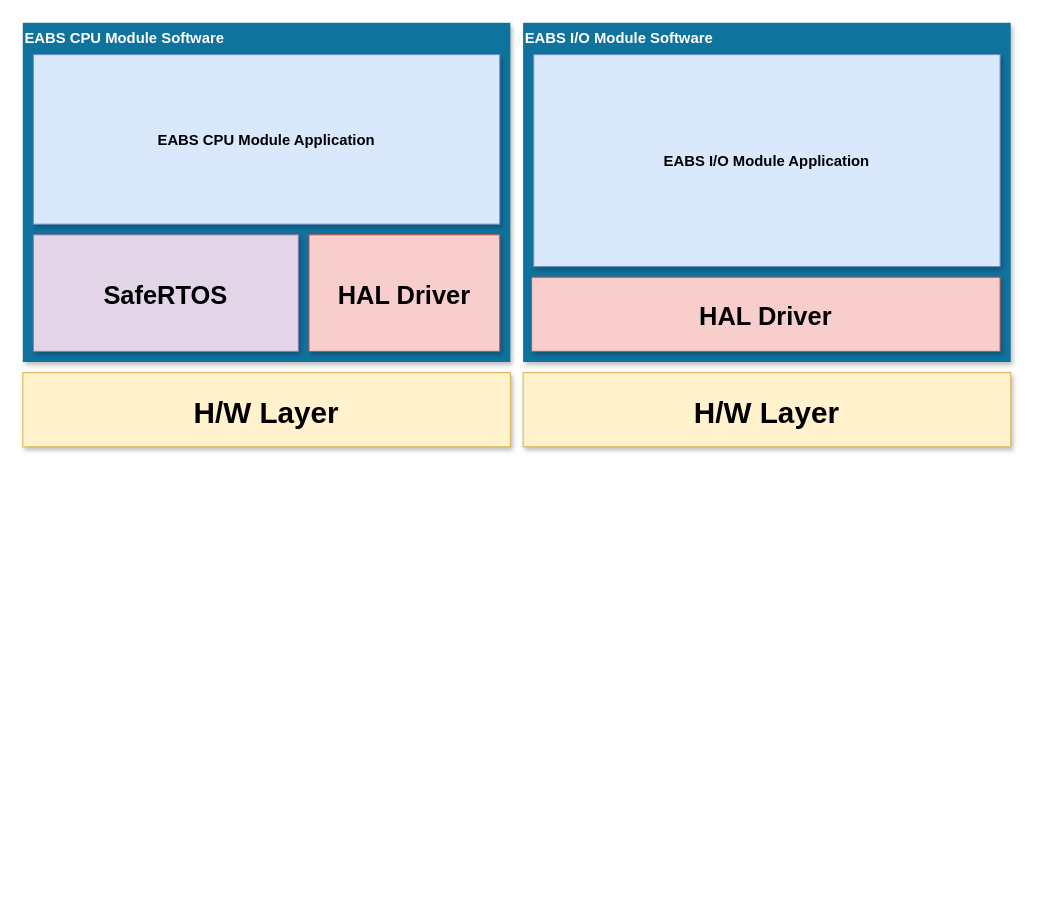
Before: EABS/Document_Pack/ASDD/eabs_asdd_draw_02.drawio in chillin2/MyDraw.io, a draw.io diagram. Source tidied: cells renumbered, new cells numbered last; positions are measured from the earlier drawing's top-left corner, leaving out a move shared by most shapes. Both pictures are drawn from the tidied source at 106%, with x=0, y=0 at pixel (22, 22).
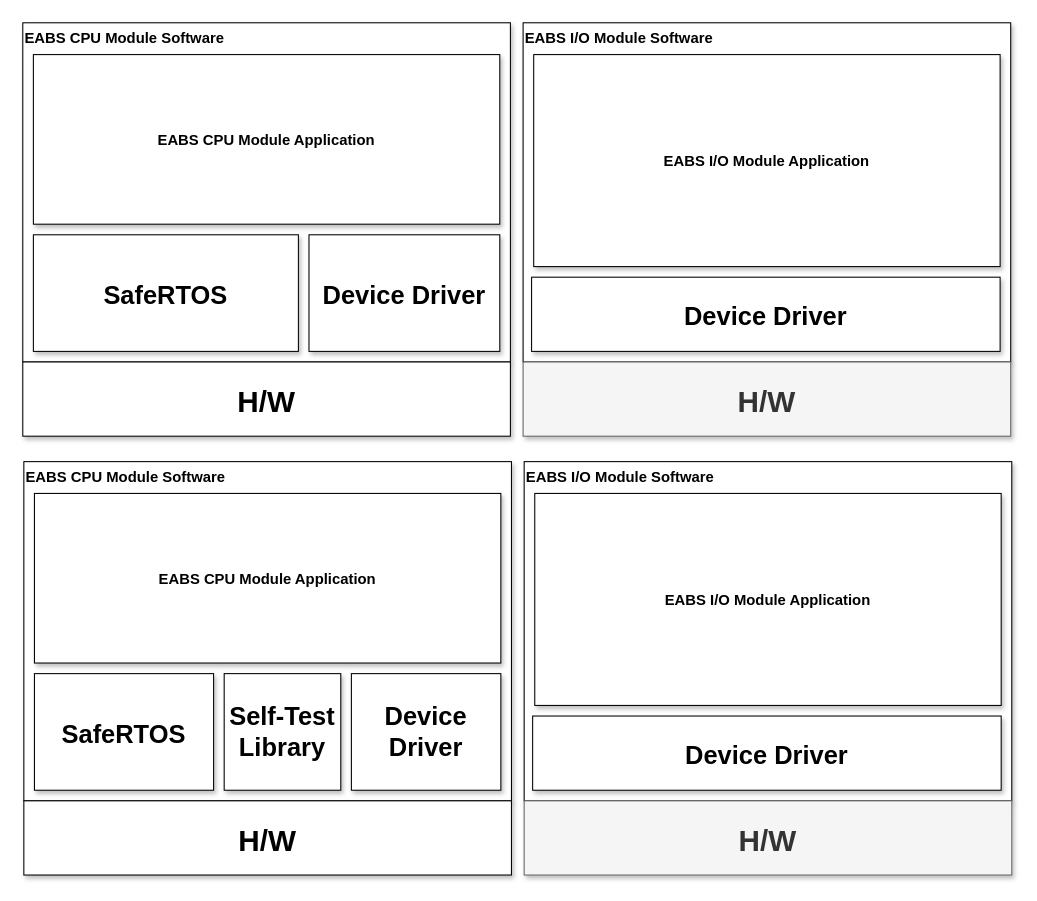
The same diagram, later.

The edit, as a diff of the source:
```diff
@@
-    <mxCell id="2" value="EABS CPU Module Software" style="rounded=0;fillColor=#10739E;strokeColor=none;shadow=1;gradientColor=none;fontStyle=1;fontColor=#FFFFFF;fontSize=14;align=left;verticalAlign=top;" parent="1" vertex="1">
+    <mxCell id="2" value="EABS CPU Module Software" style="rounded=0;shadow=1;fontStyle=1;fontSize=14;align=left;verticalAlign=top;" parent="1" vertex="1">
       <mxGeometry width="460" height="320" as="geometry" />
     </mxCell>
-    <mxCell id="3" value="H/W Layer" style="rounded=0;shadow=1;fontStyle=1;fontSize=28;align=center;verticalAlign=middle;spacing=2;fillColor=#fff2cc;strokeColor=#d6b656;" parent="1" vertex="1">
-      <mxGeometry y="330" width="460" height="70" as="geometry" />
+    <mxCell id="3" value="H/W" style="rounded=0;shadow=1;fontStyle=1;fontSize=28;align=center;verticalAlign=middle;spacing=2;" parent="1" vertex="1">
+      <mxGeometry y="320" width="460" height="70" as="geometry" />
     </mxCell>
-    <mxCell id="4" value="SafeRTOS" style="rounded=0;fillColor=#e1d5e7;strokeColor=#9673a6;shadow=1;fontStyle=1;fontSize=24;align=center;verticalAlign=middle;" parent="1" vertex="1">
+    <mxCell id="4" value="SafeRTOS" style="rounded=0;shadow=1;fontStyle=1;fontSize=24;align=center;verticalAlign=middle;" parent="1" vertex="1">
       <mxGeometry x="10" y="200" width="250" height="110" as="geometry" />
     </mxCell>
-    <mxCell id="5" value="HAL Driver" style="rounded=0;fillColor=#f8cecc;strokeColor=#b85450;shadow=1;fontStyle=1;fontSize=24;align=center;verticalAlign=middle;" parent="1" vertex="1">
+    <mxCell id="5" value="Device Driver" style="rounded=0;shadow=1;fontStyle=1;fontSize=24;align=center;verticalAlign=middle;" parent="1" vertex="1">
       <mxGeometry x="270" y="200" width="180" height="110" as="geometry" />
     </mxCell>
-    <mxCell id="6" value="EABS CPU Module Application" style="rounded=0;fillColor=#dae8fc;strokeColor=#6c8ebf;shadow=1;fontStyle=1;fontSize=14;align=center;verticalAlign=middle;" parent="1" vertex="1">
+    <mxCell id="6" value="EABS CPU Module Application" style="rounded=0;shadow=1;fontStyle=1;fontSize=14;align=center;verticalAlign=middle;" parent="1" vertex="1">
       <mxGeometry x="10" y="30" width="440" height="160" as="geometry" />
     </mxCell>
-    <mxCell id="7" value="EABS I/O Module Software" style="rounded=0;fillColor=#10739E;strokeColor=none;shadow=1;gradientColor=none;fontStyle=1;fontColor=#FFFFFF;fontSize=14;align=left;verticalAlign=top;" parent="1" vertex="1">
+    <mxCell id="7" value="EABS I/O Module Software" style="rounded=0;shadow=1;fontStyle=1;fontSize=14;align=left;verticalAlign=top;" parent="1" vertex="1">
       <mxGeometry x="472" width="460" height="320" as="geometry" />
     </mxCell>
-    <mxCell id="8" value="H/W Layer" style="rounded=0;shadow=1;fontStyle=1;fontSize=28;align=center;verticalAlign=middle;spacing=2;fillColor=#fff2cc;strokeColor=#d6b656;" parent="1" vertex="1">
-      <mxGeometry x="472" y="330" width="460" height="70" as="geometry" />
+    <mxCell id="8" value="H/W" style="rounded=0;shadow=1;fontStyle=1;fontSize=28;align=center;verticalAlign=middle;spacing=2;fillColor=#f5f5f5;fontColor=#333333;strokeColor=#666666;" parent="1" vertex="1">
+      <mxGeometry x="472" y="320" width="460" height="70" as="geometry" />
     </mxCell>
-    <mxCell id="9" value="HAL Driver" style="rounded=0;fillColor=#f8cecc;strokeColor=#b85450;shadow=1;fontStyle=1;fontSize=24;align=center;verticalAlign=middle;" parent="1" vertex="1">
+    <mxCell id="9" value="Device Driver" style="rounded=0;shadow=1;fontStyle=1;fontSize=24;align=center;verticalAlign=middle;" parent="1" vertex="1">
       <mxGeometry x="480" y="240" width="442" height="70" as="geometry" />
     </mxCell>
-    <mxCell id="10" value="EABS I/O Module Application" style="rounded=0;fillColor=#dae8fc;strokeColor=#6c8ebf;shadow=1;fontStyle=1;fontSize=14;align=center;verticalAlign=middle;" parent="1" vertex="1">
+    <mxCell id="10" value="EABS I/O Module Application" style="rounded=0;shadow=1;fontStyle=1;fontSize=14;align=center;verticalAlign=middle;" parent="1" vertex="1">
       <mxGeometry x="482" y="30" width="440" height="200" as="geometry" />
     </mxCell>
+    <mxCell id="11" value="EABS CPU Module Software" style="rounded=0;shadow=1;fontStyle=1;fontSize=14;align=left;verticalAlign=top;" parent="1" vertex="1">
+      <mxGeometry x="1" y="414" width="460" height="320" as="geometry" />
+    </mxCell>
+    <mxCell id="12" value="H/W" style="rounded=0;shadow=1;fontStyle=1;fontSize=28;align=center;verticalAlign=middle;spacing=2;" parent="1" vertex="1">
+      <mxGeometry x="1" y="734" width="460" height="70" as="geometry" />
+    </mxCell>
+    <mxCell id="13" value="SafeRTOS" style="rounded=0;shadow=1;fontStyle=1;fontSize=24;align=center;verticalAlign=middle;" parent="1" vertex="1">
+      <mxGeometry x="11" y="614" width="169" height="110" as="geometry" />
+    </mxCell>
+    <mxCell id="14" value="Device Driver" style="rounded=0;shadow=1;fontStyle=1;fontSize=24;align=center;verticalAlign=middle;whiteSpace=wrap;" parent="1" vertex="1">
+      <mxGeometry x="310" y="614" width="141" height="110" as="geometry" />
+    </mxCell>
+    <mxCell id="15" value="EABS CPU Module Application" style="rounded=0;shadow=1;fontStyle=1;fontSize=14;align=center;verticalAlign=middle;" parent="1" vertex="1">
+      <mxGeometry x="11" y="444" width="440" height="160" as="geometry" />
+    </mxCell>
+    <mxCell id="16" value="EABS I/O Module Software" style="rounded=0;shadow=1;fontStyle=1;fontSize=14;align=left;verticalAlign=top;" parent="1" vertex="1">
+      <mxGeometry x="473" y="414" width="460" height="320" as="geometry" />
+    </mxCell>
+    <mxCell id="17" value="H/W" style="rounded=0;shadow=1;fontStyle=1;fontSize=28;align=center;verticalAlign=middle;spacing=2;fillColor=#f5f5f5;fontColor=#333333;strokeColor=#666666;" parent="1" vertex="1">
+      <mxGeometry x="473" y="734" width="460" height="70" as="geometry" />
+    </mxCell>
+    <mxCell id="18" value="Device Driver" style="rounded=0;shadow=1;fontStyle=1;fontSize=24;align=center;verticalAlign=middle;" parent="1" vertex="1">
+      <mxGeometry x="481" y="654" width="442" height="70" as="geometry" />
+    </mxCell>
+    <mxCell id="19" value="EABS I/O Module Application" style="rounded=0;shadow=1;fontStyle=1;fontSize=14;align=center;verticalAlign=middle;" parent="1" vertex="1">
+      <mxGeometry x="483" y="444" width="440" height="200" as="geometry" />
+    </mxCell>
+    <mxCell id="20" value="Self-Test Library" style="rounded=0;shadow=1;fontStyle=1;fontSize=24;align=center;verticalAlign=middle;whiteSpace=wrap;" parent="1" vertex="1">
+      <mxGeometry x="190" y="614" width="110" height="110" as="geometry" />
+    </mxCell>
```
